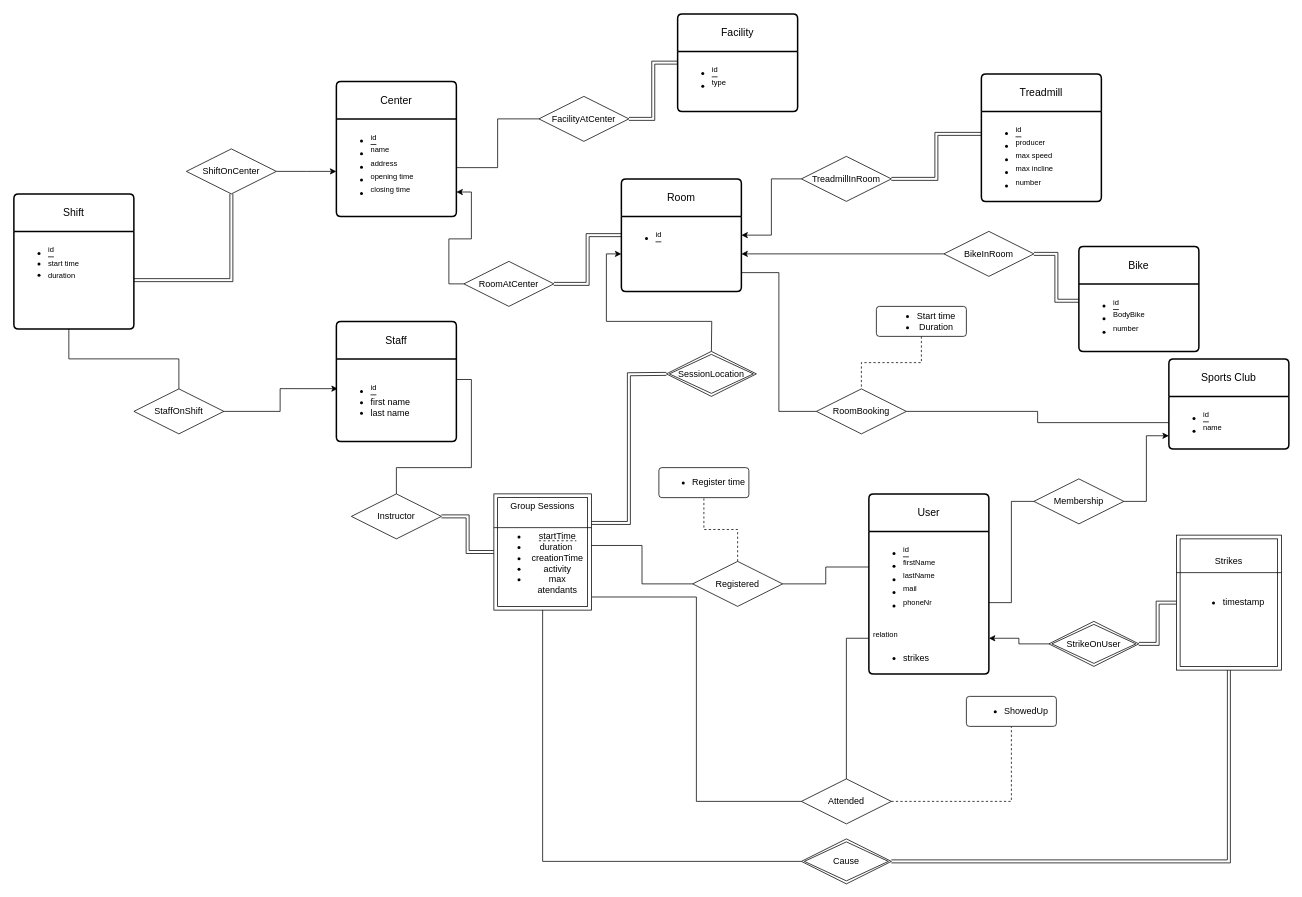
Above: er-diagram.drawio in Simenf05/database-project (draw.io), before the change. Source tidied: cells renumbered, new cells numbered last; positions are measured from the earlier drawing's top-left corner, leaving out a move shared by most shapes. Both pictures are drawn from the tidied source at 75%, with x=0, y=0 at pixel (14, 14).
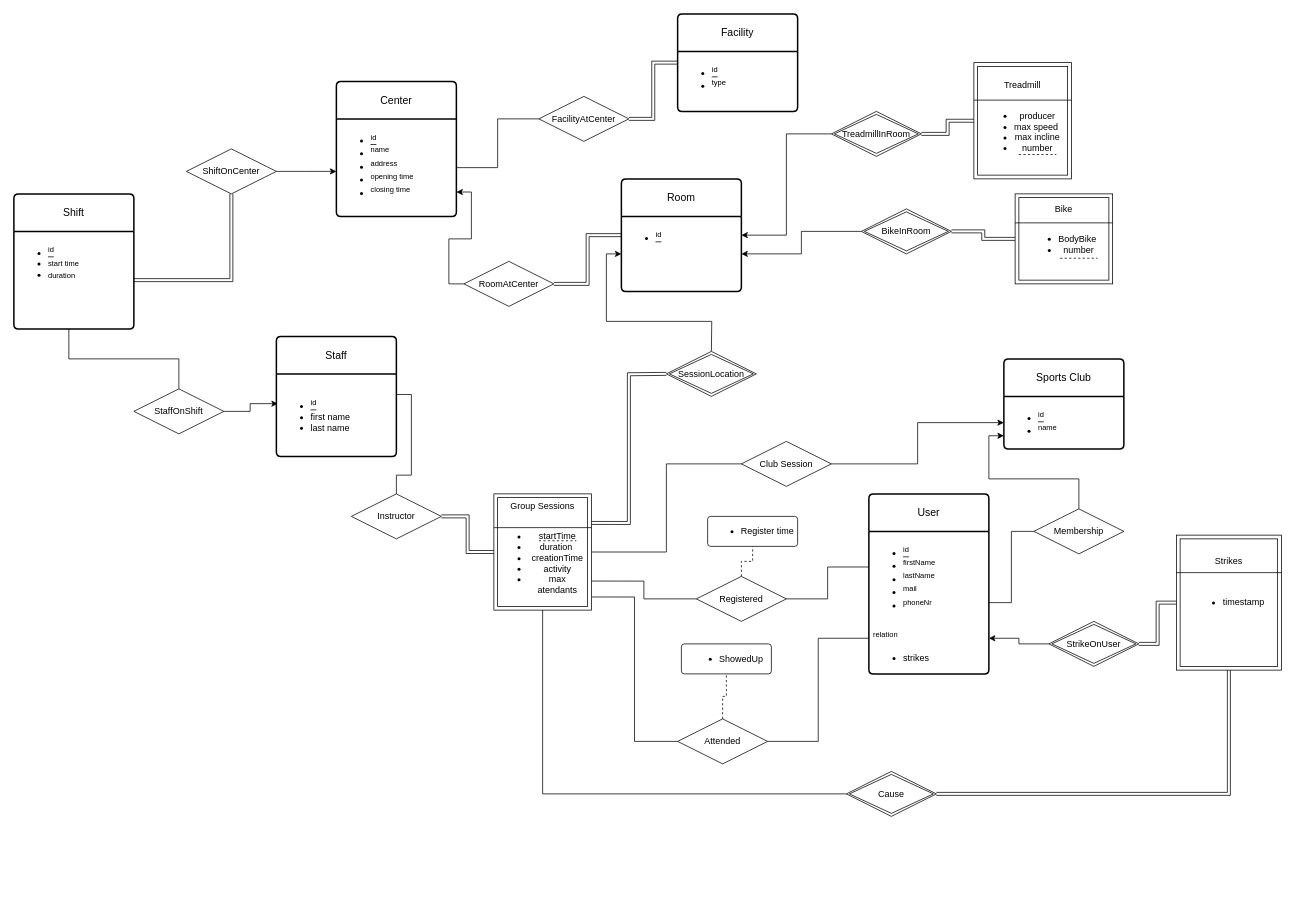
After the change.

Unchanged cells that the change refers to:
```xml
<mxCell id="5" value="&lt;ul&gt;&lt;li&gt;&lt;u&gt;&lt;sup&gt;id&lt;/sup&gt;&lt;/u&gt;&lt;/li&gt;&lt;/ul&gt;&lt;div&gt;&lt;br&gt;&lt;/div&gt;" style="align=left;strokeColor=none;fillColor=none;spacingLeft=4;spacingRight=4;fontSize=12;verticalAlign=top;html=1;whiteSpace=wrap;" parent="4" vertex="1">
  <mxGeometry y="50" width="160" height="100" as="geometry" />
</mxCell>
<mxCell id="14" value="&lt;ul&gt;&lt;li&gt;&lt;u&gt;&lt;sup&gt;id&lt;/sup&gt;&lt;/u&gt;&lt;/li&gt;&lt;li&gt;&lt;sup&gt;name&lt;/sup&gt;&lt;/li&gt;&lt;/ul&gt;" style="align=left;strokeColor=none;fillColor=none;spacingLeft=4;spacingRight=4;fontSize=12;verticalAlign=top;html=1;whiteSpace=wrap;" parent="13" vertex="1">
  <mxGeometry y="50" width="160" height="70" as="geometry" />
</mxCell>
<mxCell id="56" value="Group Sessions&lt;div&gt;&lt;br&gt;&lt;div&gt;&lt;ul&gt;&lt;li&gt;startTime&lt;/li&gt;&lt;li&gt;duration&amp;nbsp;&lt;/li&gt;&lt;li&gt;creationTime&lt;/li&gt;&lt;li&gt;activity&lt;/li&gt;&lt;li&gt;max atendants&lt;/li&gt;&lt;/ul&gt;&lt;/div&gt;&lt;/div&gt;" style="shape=ext;margin=3;double=1;whiteSpace=wrap;html=1;align=center;" parent="1" vertex="1">
  <mxGeometry x="640" y="640" width="130" height="155" as="geometry" />
</mxCell>
```

Change to the diagram source:
```diff
@@
-    <mxCell id="7" value="Treadmill" style="swimlane;horizontal=1;startSize=50;rounded=1;fontSize=14;fontStyle=0;strokeWidth=2;shadow=0;dashed=0;align=center;arcSize=4;whiteSpace=wrap;html=1;" parent="1" vertex="1">
-      <mxGeometry x="1290" y="80" width="160" height="170" as="geometry" />
-    </mxCell>
-    <mxCell id="8" value="&lt;ul&gt;&lt;li&gt;&lt;u&gt;&lt;sup&gt;id&lt;/sup&gt;&lt;/u&gt;&lt;/li&gt;&lt;li&gt;&lt;sup&gt;producer&lt;/sup&gt;&lt;/li&gt;&lt;li&gt;&lt;sup&gt;max speed&lt;/sup&gt;&lt;/li&gt;&lt;li&gt;&lt;sup&gt;max incline&lt;/sup&gt;&lt;/li&gt;&lt;li&gt;&lt;sup&gt;number&lt;/sup&gt;&lt;/li&gt;&lt;/ul&gt;" style="align=left;strokeColor=none;fillColor=none;spacingLeft=4;spacingRight=4;fontSize=12;verticalAlign=top;html=1;whiteSpace=wrap;" parent="7" vertex="1">
-      <mxGeometry y="50" width="160" height="120" as="geometry" />
-    </mxCell>
-    <mxCell id="9" value="Bike" style="swimlane;horizontal=1;startSize=50;rounded=1;fontSize=14;fontStyle=0;strokeWidth=2;shadow=0;dashed=0;align=center;arcSize=4;whiteSpace=wrap;html=1;" parent="1" vertex="1">
-      <mxGeometry x="1420" y="310" width="160" height="140" as="geometry" />
-    </mxCell>
-    <mxCell id="10" value="&lt;ul&gt;&lt;li&gt;&lt;u&gt;&lt;sup&gt;id&lt;/sup&gt;&lt;/u&gt;&lt;/li&gt;&lt;li&gt;&lt;sup&gt;BodyBike&lt;/sup&gt;&lt;/li&gt;&lt;li&gt;&lt;sup&gt;number&lt;/sup&gt;&lt;/li&gt;&lt;/ul&gt;" style="align=left;strokeColor=none;fillColor=none;spacingLeft=4;spacingRight=4;fontSize=12;verticalAlign=top;html=1;whiteSpace=wrap;" parent="9" vertex="1">
-      <mxGeometry y="50" width="160" height="90" as="geometry" />
-    </mxCell>
@@
     <mxCell id="13" value="Sports Club" style="swimlane;horizontal=1;startSize=50;rounded=1;fontSize=14;fontStyle=0;strokeWidth=2;shadow=0;dashed=0;align=center;arcSize=4;whiteSpace=wrap;html=1;" parent="1" vertex="1">
-      <mxGeometry x="1540" y="460" width="160" height="120" as="geometry" />
+      <mxGeometry x="1320" y="460" width="160" height="120" as="geometry" />
     </mxCell>
@@
     <mxCell id="15" value="Staff" style="swimlane;horizontal=1;startSize=50;rounded=1;fontSize=14;fontStyle=0;strokeWidth=2;shadow=0;dashed=0;align=center;arcSize=4;whiteSpace=wrap;html=1;" parent="1" vertex="1">
-      <mxGeometry x="430" y="410" width="160" height="160" as="geometry" />
+      <mxGeometry x="350" y="430" width="160" height="160" as="geometry" />
     </mxCell>
@@
-    <mxCell id="25" style="edgeStyle=orthogonalEdgeStyle;rounded=0;jettySize=auto;html=1;entryX=0;entryY=0.25;entryDx=0;entryDy=0;endArrow=none;endFill=0;shape=link;" parent="1" edge="1" source="27" target="8">
-      <mxGeometry relative="1" as="geometry" />
-    </mxCell>
-    <mxCell id="26" style="edgeStyle=orthogonalEdgeStyle;rounded=0;jettySize=auto;html=1;entryX=1;entryY=0.25;entryDx=0;entryDy=0;" parent="1" edge="1" source="27" target="5">
-      <mxGeometry relative="1" as="geometry" />
-    </mxCell>
-    <mxCell id="27" value="&lt;div&gt;TreadmillInRoom&lt;/div&gt;" style="shape=rhombus;perimeter=rhombusPerimeter;whiteSpace=wrap;html=1;align=center;" parent="1" vertex="1">
-      <mxGeometry x="1050" y="190" width="120" height="60" as="geometry" />
-    </mxCell>
-    <mxCell id="28" style="edgeStyle=orthogonalEdgeStyle;rounded=0;jettySize=auto;html=1;entryX=1;entryY=0.5;entryDx=0;entryDy=0;" parent="1" edge="1" source="30" target="5">
-      <mxGeometry relative="1" as="geometry" />
-    </mxCell>
-    <mxCell id="29" style="edgeStyle=orthogonalEdgeStyle;rounded=0;jettySize=auto;html=1;exitX=1;exitY=0.5;exitDx=0;exitDy=0;entryX=0;entryY=0.25;entryDx=0;entryDy=0;endArrow=none;endFill=0;shape=link;" parent="1" edge="1" source="30" target="10">
-      <mxGeometry relative="1" as="geometry" />
-    </mxCell>
-    <mxCell id="30" value="BikeInRoom" style="shape=rhombus;perimeter=rhombusPerimeter;whiteSpace=wrap;html=1;align=center;" parent="1" vertex="1">
-      <mxGeometry x="1240" y="290" width="120" height="60" as="geometry" />
-    </mxCell>
@@
-    <mxCell id="37" style="edgeStyle=orthogonalEdgeStyle;rounded=0;jettySize=auto;html=1;entryX=0.98;entryY=0.444;entryDx=0;entryDy=0;endArrow=none;endFill=0;entryPerimeter=0;" parent="1" edge="1" source="39" target="56">
+    <mxCell id="37" style="edgeStyle=orthogonalEdgeStyle;rounded=0;jettySize=auto;html=1;entryX=1;entryY=0.75;entryDx=0;entryDy=0;endArrow=none;endFill=0;" parent="1" edge="1" source="39" target="56">
       <mxGeometry relative="1" as="geometry" />
     </mxCell>
@@
     <mxCell id="39" value="Registered" style="shape=rhombus;perimeter=rhombusPerimeter;whiteSpace=wrap;html=1;align=center;" parent="1" vertex="1">
-      <mxGeometry x="905" y="730" width="120" height="60" as="geometry" />
+      <mxGeometry x="910" y="750" width="120" height="60" as="geometry" />
     </mxCell>
     <mxCell id="40" value="&lt;div&gt;&lt;ul&gt;&lt;li&gt;Register time&lt;/li&gt;&lt;/ul&gt;&lt;/div&gt;" style="rounded=1;arcSize=10;whiteSpace=wrap;html=1;align=center;" parent="1" vertex="1">
-      <mxGeometry x="860" y="605" width="120" height="40" as="geometry" />
+      <mxGeometry x="925" y="670" width="120" height="40" as="geometry" />
     </mxCell>
@@
     <mxCell id="44" value="Attended" style="shape=rhombus;perimeter=rhombusPerimeter;whiteSpace=wrap;html=1;align=center;" parent="1" vertex="1">
-      <mxGeometry x="1050" y="1020" width="120" height="60" as="geometry" />
+      <mxGeometry x="885" y="940" width="120" height="60" as="geometry" />
     </mxCell>
     <mxCell id="45" value="&lt;div&gt;&lt;ul&gt;&lt;li&gt;ShowedUp&lt;/li&gt;&lt;/ul&gt;&lt;/div&gt;" style="rounded=1;arcSize=10;whiteSpace=wrap;html=1;align=center;" parent="1" vertex="1">
-      <mxGeometry x="1270" y="910" width="120" height="40" as="geometry" />
+      <mxGeometry x="890" y="840" width="120" height="40" as="geometry" />
     </mxCell>
-    <mxCell id="46" style="edgeStyle=orthogonalEdgeStyle;rounded=0;jettySize=auto;html=1;entryX=1;entryY=0.75;entryDx=0;entryDy=0;endArrow=none;endFill=0;" parent="1" edge="1" source="48" target="5">
-      <mxGeometry relative="1" as="geometry" />
-    </mxCell>
-    <mxCell id="47" style="edgeStyle=orthogonalEdgeStyle;rounded=0;jettySize=auto;html=1;entryX=0;entryY=0.5;entryDx=0;entryDy=0;endArrow=none;endFill=0;" parent="1" edge="1" source="48" target="14">
+    <mxCell id="47" style="edgeStyle=orthogonalEdgeStyle;rounded=0;jettySize=auto;html=1;entryX=0;entryY=0.5;entryDx=0;entryDy=0;endArrow=classic;endFill=1;" parent="1" edge="1" source="48" target="14">
       <mxGeometry relative="1" as="geometry" />
     </mxCell>
+    <mxCell id="74" style="edgeStyle=orthogonalEdgeStyle;rounded=0;jettySize=auto;html=1;exitX=0;exitY=0.5;exitDx=0;exitDy=0;entryX=1;entryY=0.5;entryDx=0;entryDy=0;endArrow=none;endFill=0;" parent="1" edge="1" source="48" target="56">
+      <mxGeometry relative="1" as="geometry" />
+    </mxCell>
-    <mxCell id="48" value="RoomBooking" style="shape=rhombus;perimeter=rhombusPerimeter;whiteSpace=wrap;html=1;align=center;" parent="1" vertex="1">
-      <mxGeometry x="1070" y="500" width="120" height="60" as="geometry" />
+    <mxCell id="48" value="Club Session" style="shape=rhombus;perimeter=rhombusPerimeter;whiteSpace=wrap;html=1;align=center;" parent="1" vertex="1">
+      <mxGeometry x="970" y="570" width="120" height="60" as="geometry" />
     </mxCell>
-    <mxCell id="49" style="edgeStyle=orthogonalEdgeStyle;rounded=0;jettySize=auto;html=1;entryX=0.5;entryY=0;entryDx=0;entryDy=0;endArrow=none;endFill=0;dashed=1;" parent="1" edge="1" source="50" target="48">
-      <mxGeometry relative="1" as="geometry" />
-    </mxCell>
-    <mxCell id="50" value="&lt;ul&gt;&lt;li&gt;Start time&lt;/li&gt;&lt;li&gt;Duration&lt;/li&gt;&lt;/ul&gt;" style="rounded=1;arcSize=10;whiteSpace=wrap;html=1;align=center;" parent="1" vertex="1">
-      <mxGeometry x="1150" y="390" width="120" height="40" as="geometry" />
-    </mxCell>
@@
     <mxCell id="62" value="Cause" style="shape=rhombus;double=1;perimeter=rhombusPerimeter;whiteSpace=wrap;html=1;align=center;" parent="1" vertex="1">
-      <mxGeometry x="1050" y="1100" width="120" height="60" as="geometry" />
+      <mxGeometry x="1110" y="1010" width="120" height="60" as="geometry" />
     </mxCell>
@@
     <mxCell id="73" value="Membership" style="shape=rhombus;perimeter=rhombusPerimeter;whiteSpace=wrap;html=1;align=center;" parent="1" vertex="1">
-      <mxGeometry x="1360" y="620" width="120" height="60" as="geometry" />
+      <mxGeometry x="1360" y="660" width="120" height="60" as="geometry" />
     </mxCell>
+    <mxCell id="26" style="edgeStyle=orthogonalEdgeStyle;rounded=0;jettySize=auto;html=1;entryX=1;entryY=0.25;entryDx=0;entryDy=0;" parent="1" edge="1" source="27" target="5">
+      <mxGeometry relative="1" as="geometry" />
+    </mxCell>
+    <mxCell id="27" value="TreadmillInRoom" style="shape=rhombus;double=1;perimeter=rhombusPerimeter;whiteSpace=wrap;html=1;align=center;" parent="1" vertex="1">
+      <mxGeometry x="1090" y="130" width="120" height="60" as="geometry" />
+    </mxCell>
+    <mxCell id="75" style="group;" parent="1" vertex="1">
+      <mxGeometry x="1280" y="65" width="130" height="155" as="geometry" />
+    </mxCell>
+    <mxCell id="76" value="Treadmill&lt;div&gt;&lt;br&gt;&lt;div&gt;&lt;ul&gt;&lt;li&gt;producer&lt;/li&gt;&lt;li&gt;max speed&amp;nbsp;&lt;/li&gt;&lt;li&gt;max incline&lt;/li&gt;&lt;li&gt;number&lt;/li&gt;&lt;/ul&gt;&lt;/div&gt;&lt;/div&gt;" style="shape=ext;margin=3;double=1;whiteSpace=wrap;html=1;align=center;" parent="75" vertex="1">
+      <mxGeometry width="130" height="155" as="geometry" />
+    </mxCell>
+    <mxCell id="77" style="line;strokeWidth=1;dashed=1;labelPosition=right;align=left;verticalAlign=middle;spacingTop=0;spacingLeft=6;" parent="75" vertex="1">
+      <mxGeometry x="60" y="115" width="50" height="15" as="geometry" />
+    </mxCell>
+    <mxCell id="78" style="line;strokeWidth=1;dashed=0;labelPosition=right;align=left;verticalAlign=middle;spacingTop=0;spacingLeft=6;" parent="75" vertex="1">
+      <mxGeometry y="45" width="130" height="10" as="geometry" />
+    </mxCell>
+    <mxCell id="79" style="edgeStyle=orthogonalEdgeStyle;rounded=0;jettySize=auto;html=1;exitX=0;exitY=0.5;exitDx=0;exitDy=0;entryX=1;entryY=0.5;entryDx=0;entryDy=0;shape=link;" parent="1" edge="1" source="76" target="27">
+      <mxGeometry relative="1" as="geometry" />
+    </mxCell>
+    <mxCell id="28" style="edgeStyle=orthogonalEdgeStyle;rounded=0;jettySize=auto;html=1;entryX=1;entryY=0.5;entryDx=0;entryDy=0;" parent="1" edge="1" source="30" target="5">
+      <mxGeometry relative="1" as="geometry" />
+    </mxCell>
+    <mxCell id="80" style="edgeStyle=orthogonalEdgeStyle;rounded=0;jettySize=auto;html=1;exitX=1;exitY=0.5;exitDx=0;exitDy=0;entryX=0;entryY=0.5;entryDx=0;entryDy=0;shape=link;" parent="1" edge="1" source="30" target="82">
+      <mxGeometry relative="1" as="geometry" />
+    </mxCell>
+    <mxCell id="30" value="BikeInRoom" style="shape=rhombus;double=1;perimeter=rhombusPerimeter;whiteSpace=wrap;html=1;align=center;" parent="1" vertex="1">
+      <mxGeometry x="1130" y="260" width="120" height="60" as="geometry" />
+    </mxCell>
+    <mxCell id="81" style="group;" parent="1" vertex="1">
+      <mxGeometry x="1335" y="240" width="130" height="120" as="geometry" />
+    </mxCell>
+    <mxCell id="82" value="&lt;div&gt;&lt;br&gt;&lt;/div&gt;&lt;div&gt;&lt;br&gt;&lt;/div&gt;&lt;div&gt;Bike&lt;/div&gt;&lt;div&gt;&lt;br&gt;&lt;/div&gt;&lt;div&gt;&lt;div&gt;&lt;ul&gt;&lt;li&gt;BodyBike&amp;nbsp;&lt;/li&gt;&lt;li&gt;number&lt;/li&gt;&lt;/ul&gt;&lt;div&gt;&lt;br&gt;&lt;/div&gt;&lt;div&gt;&lt;br&gt;&lt;/div&gt;&lt;div&gt;&lt;br&gt;&lt;/div&gt;&lt;/div&gt;&lt;/div&gt;" style="shape=ext;margin=3;double=1;whiteSpace=wrap;html=1;align=center;" parent="81" vertex="1">
+      <mxGeometry width="130" height="120" as="geometry" />
+    </mxCell>
+    <mxCell id="83" style="line;strokeWidth=1;dashed=1;labelPosition=right;align=left;verticalAlign=middle;spacingTop=0;spacingLeft=6;" parent="81" vertex="1">
+      <mxGeometry x="60" y="80" width="50" height="11.6" as="geometry" />
+    </mxCell>
+    <mxCell id="84" style="line;strokeWidth=1;dashed=0;labelPosition=right;align=left;verticalAlign=middle;spacingTop=0;spacingLeft=6;" parent="81" vertex="1">
+      <mxGeometry y="34.8" width="130" height="7.7" as="geometry" />
+    </mxCell>
```
